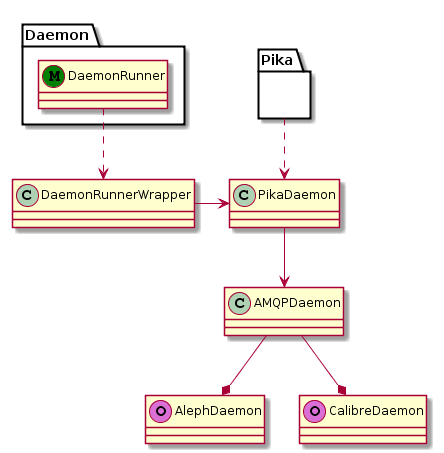
This is docs/_static/structure.png from edeposit/edeposit.amqp, a PlantUML export, as it was before one commit. Source of this version:
```plantuml
@startuml
package Pika {}
package Daemon {
 class DaemonRunner <<(M, green)>>
}

class AlephDaemon <<(O, orchid)>>
class CalibreDaemon <<(O, orchid)>>

DaemonRunner ..> DaemonRunnerWrapper
DaemonRunnerWrapper -> PikaDaemon
Pika ..> PikaDaemon

PikaDaemon --> AMQPDaemon
AMQPDaemon --* AlephDaemon
AMQPDaemon --* CalibreDaemon
@enduml
```
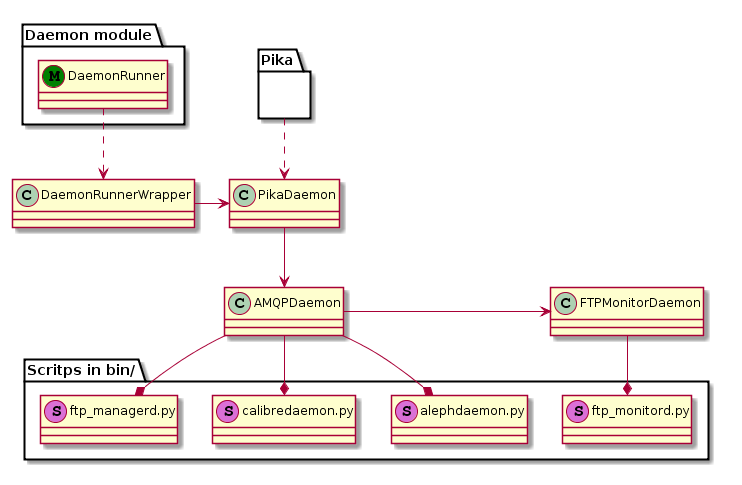
The same diagram one commit later.

Commit message:
Structure of the project UML updated.

Change to the diagram source:
```diff
@@ -1,17 +1,29 @@
 @startuml
 package Pika {}
-package Daemon {
- class DaemonRunner <<(M, green)>>
+package "Daemon module" as Daemon {
+    class DaemonRunner <<(M, green)>> {
+    }
 }
 
-class AlephDaemon <<(O, orchid)>>
-class CalibreDaemon <<(O, orchid)>>
+class AMQPDaemon
+class FTPMonitorDaemon
+
+AMQPDaemon -r-> FTPMonitorDaemon
+
+package "Scritps in bin/" as Scripts {
+    class "alephdaemon.py" as alephdaemon <<(S, orchid)>>
+    class "calibredaemon.py" as calibredaemon <<(S, orchid)>>
+    class "ftp_managerd.py" as ftp_managerd <<(S, orchid)>>
+    class "ftp_monitord.py" as ftp_monitord <<(S, orchid)>>
+}
 
 DaemonRunner ..> DaemonRunnerWrapper
 DaemonRunnerWrapper -> PikaDaemon
 Pika ..> PikaDaemon
 
 PikaDaemon --> AMQPDaemon
-AMQPDaemon --* AlephDaemon
-AMQPDaemon --* CalibreDaemon
+AMQPDaemon --* alephdaemon
+AMQPDaemon --* calibredaemon
+AMQPDaemon --* ftp_managerd
+FTPMonitorDaemon --* ftp_monitord
 @enduml
```
